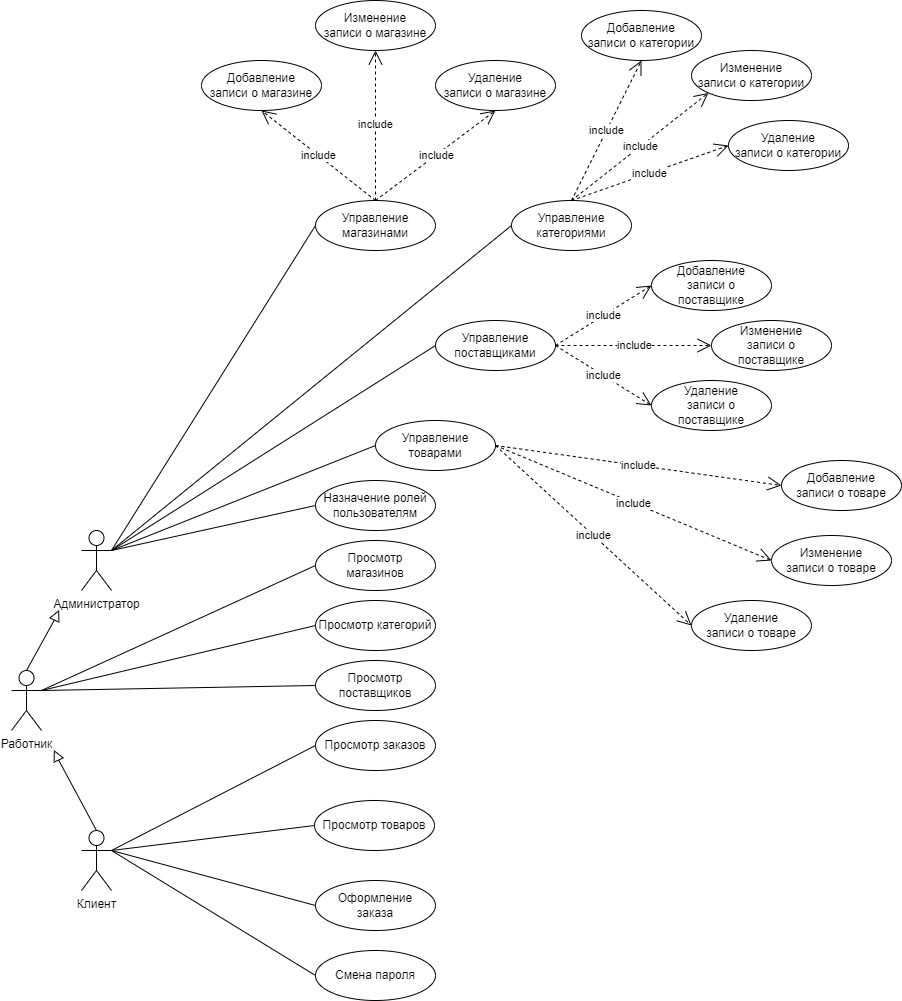
Earlier version of the draw.io export Use-Case строит_магазин.drawio.png (darmu3/ConstructionStoreDocuments). Source tidied: cells renumbered, new cells last; positions are measured from the earlier drawing's top-left corner, leaving out a move shared by most shapes.
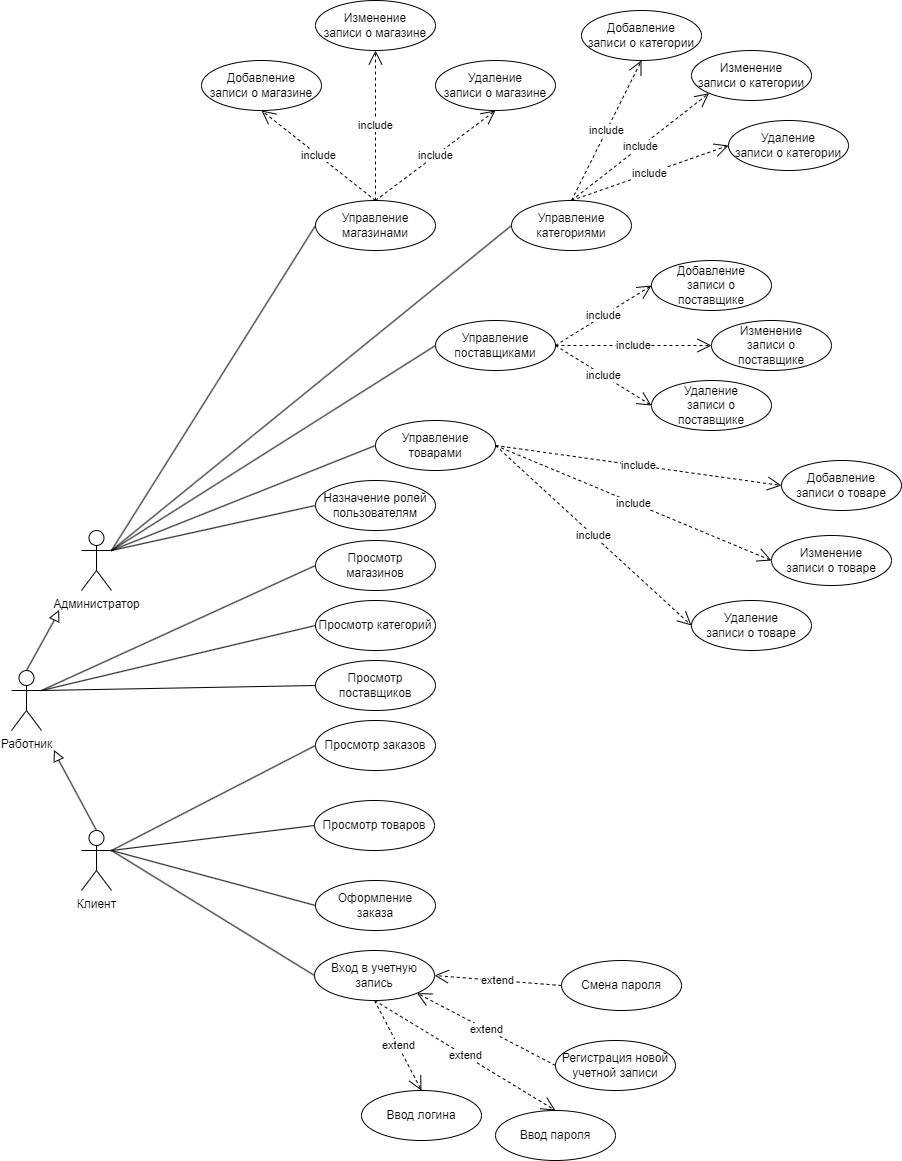
The same diagram one commit later.

Diff of the diagram source:
```diff
@@ -44,8 +44,8 @@
     <mxCell id="15" value="Назначение ролей пользователям" style="ellipse;whiteSpace=wrap;html=1;" parent="1" vertex="1">
       <mxGeometry x="304" y="480" width="120" height="50" as="geometry" />
     </mxCell>
-    <mxCell id="16" value="Смена пароля" style="ellipse;whiteSpace=wrap;html=1;" parent="1" vertex="1">
-      <mxGeometry x="304" y="950" width="120" height="50" as="geometry" />
+    <mxCell id="16" value="Вход в учетную запись" style="ellipse;whiteSpace=wrap;html=1;" parent="1" vertex="1">
+      <mxGeometry x="303" y="950" width="120" height="50" as="geometry" />
     </mxCell>
     <mxCell id="17" style="endArrow=none;html=1;rounded=0;exitX=1;exitY=0.3333333333333333;exitDx=0;exitDy=0;exitPerimeter=0;entryX=0;entryY=0.5;entryDx=0;entryDy=0;" parent="1" edge="1" source="4" target="16">
       <mxGeometry relative="1" as="geometry" />
@@ -181,5 +181,31 @@
     <mxCell id="56" value="Удаление&lt;div&gt;записи о товаре&lt;/div&gt;" style="ellipse;whiteSpace=wrap;html=1;" parent="1" vertex="1">
       <mxGeometry x="680" y="600" width="120" height="50" as="geometry" />
     </mxCell>
+    <mxCell id="57" value="extend" style="endArrow=open;endSize=12;dashed=1;html=1;rounded=0;exitX=0.5;exitY=1;exitDx=0;exitDy=0;" parent="1" edge="1" source="16">
+      <mxGeometry relative="1" as="geometry">
+        <mxPoint x="410" y="1090" as="targetPoint" />
+      </mxGeometry>
+    </mxCell>
+    <mxCell id="58" value="Ввод логина" style="ellipse;whiteSpace=wrap;html=1;" parent="1" vertex="1">
+      <mxGeometry x="350" y="1090" width="120" height="50" as="geometry" />
+    </mxCell>
+    <mxCell id="59" value="extend" style="endArrow=open;endSize=12;dashed=1;html=1;rounded=0;exitX=0.5;exitY=1;exitDx=0;exitDy=0;entryX=0.5;entryY=0;entryDx=0;entryDy=0;" parent="1" edge="1" source="16" target="60">
+      <mxGeometry relative="1" as="geometry" />
+    </mxCell>
+    <mxCell id="60" value="Ввод пароля" style="ellipse;whiteSpace=wrap;html=1;" parent="1" vertex="1">
+      <mxGeometry x="484" y="1110" width="120" height="50" as="geometry" />
+    </mxCell>
+    <mxCell id="61" value="Регистрация новой учетной записи" style="ellipse;whiteSpace=wrap;html=1;" parent="1" vertex="1">
+      <mxGeometry x="544" y="1040" width="120" height="50" as="geometry" />
+    </mxCell>
+    <mxCell id="62" value="extend" style="endArrow=open;endSize=12;dashed=1;html=1;rounded=0;exitX=0;exitY=0.5;exitDx=0;exitDy=0;entryX=1;entryY=1;entryDx=0;entryDy=0;" parent="1" edge="1" source="61" target="16">
+      <mxGeometry relative="1" as="geometry" />
+    </mxCell>
+    <mxCell id="63" value="Смена пароля" style="ellipse;whiteSpace=wrap;html=1;" parent="1" vertex="1">
+      <mxGeometry x="550" y="960" width="120" height="50" as="geometry" />
+    </mxCell>
+    <mxCell id="64" value="extend" style="endArrow=open;endSize=12;dashed=1;html=1;rounded=0;exitX=0;exitY=0.5;exitDx=0;exitDy=0;entryX=1;entryY=0.5;entryDx=0;entryDy=0;" parent="1" edge="1" source="63" target="16">
+      <mxGeometry relative="1" as="geometry" />
+    </mxCell>
   </root>
 </mxGraphModel>
```
